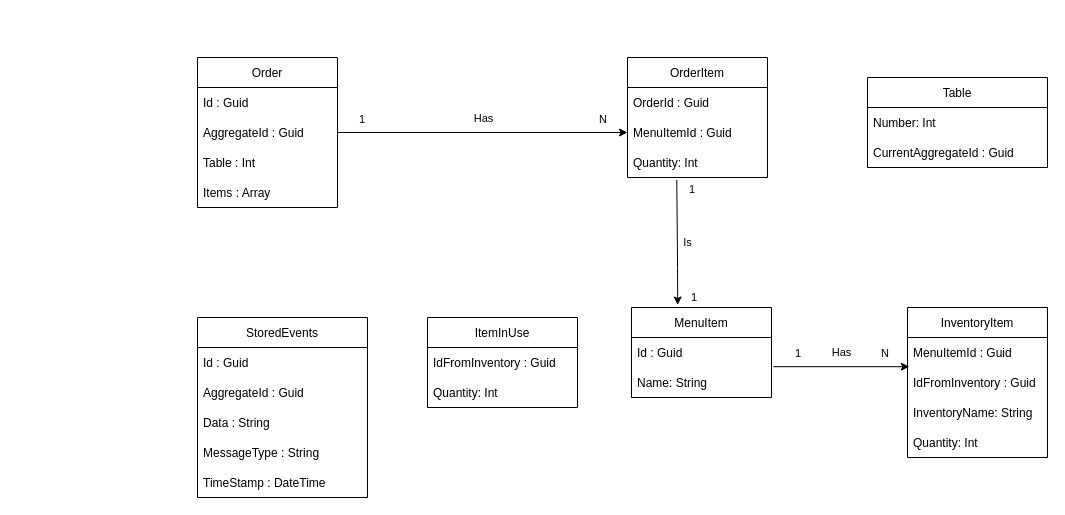
Above: Images/kitchenschema.drawio in RobertoFreireFerrazPassos/EventSourcing-and-Cqrs (draw.io), before the change. Source tidied: cells renumbered, new cells numbered last; positions are measured from the earlier drawing's top-left corner, leaving out a move shared by most shapes. Both pictures are drawn from the tidied source at 100%, with x=0, y=0 at pixel (197, 57).
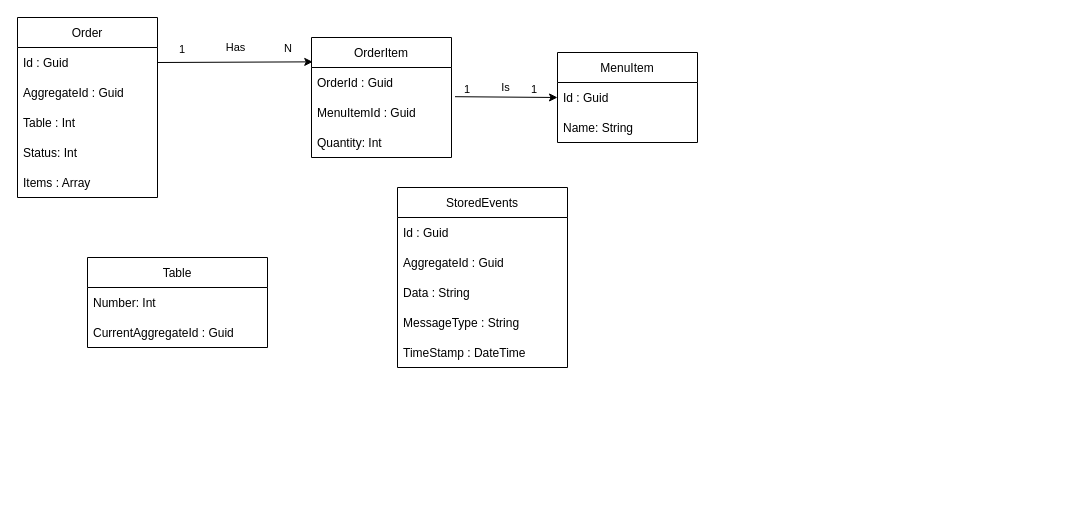
The same page after the edit.

The change refers to these unchanged cells:
```xml
<mxCell id="3" value="Id : Guid" style="text;strokeColor=none;fillColor=none;align=left;verticalAlign=middle;spacingLeft=4;spacingRight=4;overflow=hidden;points=[[0,0.5],[1,0.5]];portConstraint=eastwest;" parent="2" vertex="1">
  <mxGeometry y="30" width="140" height="30" as="geometry" />
</mxCell>
<mxCell id="4" value="Name: String" style="text;strokeColor=none;fillColor=none;align=left;verticalAlign=middle;spacingLeft=4;spacingRight=4;overflow=hidden;points=[[0,0.5],[1,0.5]];portConstraint=eastwest;" parent="2" vertex="1">
  <mxGeometry y="60" width="140" height="30" as="geometry" />
</mxCell>
<mxCell id="15" value="Id : Guid" style="text;strokeColor=none;fillColor=none;align=left;verticalAlign=middle;spacingLeft=4;spacingRight=4;overflow=hidden;points=[[0,0.5],[1,0.5]];portConstraint=eastwest;" parent="14" vertex="1">
  <mxGeometry y="30" width="140" height="30" as="geometry" />
</mxCell>
<mxCell id="16" value="AggregateId : Guid" style="text;strokeColor=none;fillColor=none;align=left;verticalAlign=middle;spacingLeft=4;spacingRight=4;overflow=hidden;points=[[0,0.5],[1,0.5]];portConstraint=eastwest;" parent="14" vertex="1">
  <mxGeometry y="60" width="140" height="30" as="geometry" />
</mxCell>
<mxCell id="21" value="MenuItemId : Guid" style="text;strokeColor=none;fillColor=none;align=left;verticalAlign=middle;spacingLeft=4;spacingRight=4;overflow=hidden;points=[[0,0.5],[1,0.5]];portConstraint=eastwest;" parent="19" vertex="1">
  <mxGeometry y="60" width="140" height="30" as="geometry" />
</mxCell>
<mxCell id="22" value="Quantity: Int" style="text;strokeColor=none;fillColor=none;align=left;verticalAlign=middle;spacingLeft=4;spacingRight=4;overflow=hidden;points=[[0,0.5],[1,0.5]];portConstraint=eastwest;" parent="19" vertex="1">
  <mxGeometry y="90" width="140" height="30" as="geometry" />
</mxCell>
```

What changed in the source:
```diff
@@
     <mxCell id="2" value="MenuItem" style="swimlane;fontStyle=0;horizontal=1;startSize=30;" parent="1" vertex="1">
-      <mxGeometry x="434" y="250" width="140" height="90" as="geometry" />
+      <mxGeometry x="360" y="-5" width="140" height="90" as="geometry" />
     </mxCell>
@@
-    <mxCell id="5" value="InventoryItem" style="swimlane;fontStyle=0;horizontal=1;startSize=30;" parent="1" vertex="1">
-      <mxGeometry x="710" y="250" width="140" height="150" as="geometry" />
-    </mxCell>
-    <mxCell id="6" value="MenuItemId : Guid" style="text;strokeColor=none;fillColor=none;align=left;verticalAlign=middle;spacingLeft=4;spacingRight=4;overflow=hidden;" parent="5" vertex="1">
-      <mxGeometry y="30" width="140" height="30" as="geometry" />
-    </mxCell>
-    <mxCell id="7" value="IdFromInventory : Guid" style="text;strokeColor=none;fillColor=none;align=left;verticalAlign=middle;spacingLeft=4;spacingRight=4;overflow=hidden;points=[[0,0.5],[1,0.5]];portConstraint=eastwest;" parent="5" vertex="1">
-      <mxGeometry y="60" width="140" height="30" as="geometry" />
-    </mxCell>
-    <mxCell id="8" value="InventoryName: String" style="text;strokeColor=none;fillColor=none;align=left;verticalAlign=middle;spacingLeft=4;spacingRight=4;overflow=hidden;" parent="5" vertex="1">
-      <mxGeometry y="90" width="140" height="30" as="geometry" />
-    </mxCell>
-    <mxCell id="9" value="Quantity: Int" style="text;strokeColor=none;fillColor=none;align=left;verticalAlign=middle;spacingLeft=4;spacingRight=4;overflow=hidden;" parent="5" vertex="1">
-      <mxGeometry y="120" width="140" height="30" as="geometry" />
-    </mxCell>
-    <mxCell id="10" style="endArrow=classic;html=1;exitX=1.013;exitY=-0.027;exitDx=0;exitDy=0;entryX=0.013;entryY=-0.027;entryDx=0;entryDy=0;entryPerimeter=0;exitPerimeter=0;" parent="1" edge="1" source="4" target="7">
-      <mxGeometry relative="1" as="geometry" />
-    </mxCell>
-    <mxCell id="11" value="Has" style="edgeLabel;html=1;align=center;verticalAlign=middle;" parent="10" vertex="1">
-      <mxGeometry relative="1" as="geometry">
-        <mxPoint y="-15" as="offset" />
-      </mxGeometry>
-    </mxCell>
-    <mxCell id="12" value="1" style="edgeLabel;html=1;align=left;verticalAlign=bottom;" parent="10" vertex="1">
-      <mxGeometry x="-1" relative="1" as="geometry">
-        <mxPoint x="20" y="-5" as="offset" />
-      </mxGeometry>
-    </mxCell>
-    <mxCell id="13" value="N" style="edgeLabel;html=1;align=right;verticalAlign=bottom;" parent="10" vertex="1">
-      <mxGeometry x="1" relative="1" as="geometry">
-        <mxPoint x="-20" y="-5" as="offset" />
-      </mxGeometry>
-    </mxCell>
     <mxCell id="14" value="Order" style="swimlane;fontStyle=0;horizontal=1;startSize=30;" parent="1" vertex="1">
-      <mxGeometry width="140" height="150" as="geometry" />
+      <mxGeometry x="-180" y="-40" width="140" height="180" as="geometry" />
     </mxCell>
@@
+    <mxCell id="43" value="Status: Int" style="text;strokeColor=none;fillColor=none;align=left;verticalAlign=middle;spacingLeft=4;spacingRight=4;overflow=hidden;" parent="14" vertex="1">
+      <mxGeometry y="120" width="140" height="30" as="geometry" />
+    </mxCell>
     <mxCell id="18" value="Items : Array" style="text;strokeColor=none;fillColor=none;align=left;verticalAlign=middle;spacingLeft=4;spacingRight=4;overflow=hidden;" parent="14" vertex="1">
-      <mxGeometry y="120" width="140" height="30" as="geometry" />
+      <mxGeometry y="150" width="140" height="30" as="geometry" />
     </mxCell>
     <mxCell id="19" value="OrderItem" style="swimlane;fontStyle=0;horizontal=1;startSize=30;" parent="1" vertex="1">
-      <mxGeometry x="430" width="140" height="120" as="geometry" />
+      <mxGeometry x="114" y="-20" width="140" height="120" as="geometry" />
     </mxCell>
@@
-    <mxCell id="23" style="endArrow=classic;html=1;exitX=1;exitY=0.5;exitDx=0;exitDy=0;entryX=0;entryY=0.5;entryDx=0;entryDy=0;" parent="1" edge="1" source="16" target="21">
+    <mxCell id="23" style="endArrow=classic;html=1;exitX=1;exitY=0.5;exitDx=0;exitDy=0;entryX=0.009;entryY=0.203;entryDx=0;entryDy=0;entryPerimeter=0;" parent="1" edge="1" source="15" target="19">
       <mxGeometry relative="1" as="geometry" />
     </mxCell>
@@
-    <mxCell id="27" style="endArrow=classic;html=1;exitX=0.352;exitY=1.084;exitDx=0;exitDy=0;exitPerimeter=0;entryX=0.33;entryY=-0.028;entryDx=0;entryDy=0;entryPerimeter=0;" parent="1" edge="1" source="22" target="2">
-      <mxGeometry relative="1" as="geometry">
-        <Array as="points">
-          <mxPoint x="480" y="200" />
-        </Array>
-      </mxGeometry>
+    <mxCell id="27" style="endArrow=classic;html=1;exitX=1.025;exitY=-0.027;exitDx=0;exitDy=0;exitPerimeter=0;entryX=0;entryY=0.5;entryDx=0;entryDy=0;" parent="1" edge="1" source="21" target="3">
+      <mxGeometry relative="1" as="geometry" />
     </mxCell>
     <mxCell id="28" value="Is" style="edgeLabel;html=1;align=center;verticalAlign=middle;" parent="27" vertex="1">
       <mxGeometry relative="1" as="geometry">
-        <mxPoint x="10" as="offset" />
+        <mxPoint x="-1" y="-10" as="offset" />
       </mxGeometry>
     </mxCell>
     <mxCell id="29" value="1" style="edgeLabel;html=1;align=left;verticalAlign=bottom;" parent="27" vertex="1">
       <mxGeometry x="-1" relative="1" as="geometry">
-        <mxPoint x="11" y="17" as="offset" />
+        <mxPoint x="7" y="1" as="offset" />
       </mxGeometry>
     </mxCell>
     <mxCell id="30" value="1" style="edgeLabel;html=1;align=right;verticalAlign=bottom;" parent="27" vertex="1">
       <mxGeometry x="1" relative="1" as="geometry">
-        <mxPoint x="20" as="offset" />
+        <mxPoint x="-20" as="offset" />
       </mxGeometry>
     </mxCell>
     <mxCell id="31" value="Table" style="swimlane;fontStyle=0;horizontal=1;startSize=30;" parent="1" vertex="1">
-      <mxGeometry x="670" y="20" width="180" height="90" as="geometry" />
+      <mxGeometry x="-110" y="200" width="180" height="90" as="geometry" />
     </mxCell>
@@
     <mxCell id="34" value="StoredEvents" style="swimlane;fontStyle=0;horizontal=1;startSize=30;" parent="1" vertex="1">
-      <mxGeometry y="260" width="170" height="180" as="geometry" />
+      <mxGeometry x="200" y="130" width="170" height="180" as="geometry" />
     </mxCell>
@@
-    <mxCell id="40" value="ItemInUse" style="swimlane;fontStyle=0;horizontal=1;startSize=30;" parent="1" vertex="1">
-      <mxGeometry x="230" y="260" width="150" height="90" as="geometry" />
-    </mxCell>
-    <mxCell id="41" value="IdFromInventory : Guid" style="text;strokeColor=none;fillColor=none;align=left;verticalAlign=middle;spacingLeft=4;spacingRight=4;overflow=hidden;" parent="40" vertex="1">
-      <mxGeometry y="30" width="150" height="30" as="geometry" />
-    </mxCell>
-    <mxCell id="42" value="Quantity: Int" style="text;strokeColor=none;fillColor=none;align=left;verticalAlign=middle;spacingLeft=4;spacingRight=4;overflow=hidden;" parent="40" vertex="1">
-      <mxGeometry y="60" width="150" height="30" as="geometry" />
-    </mxCell>
```
